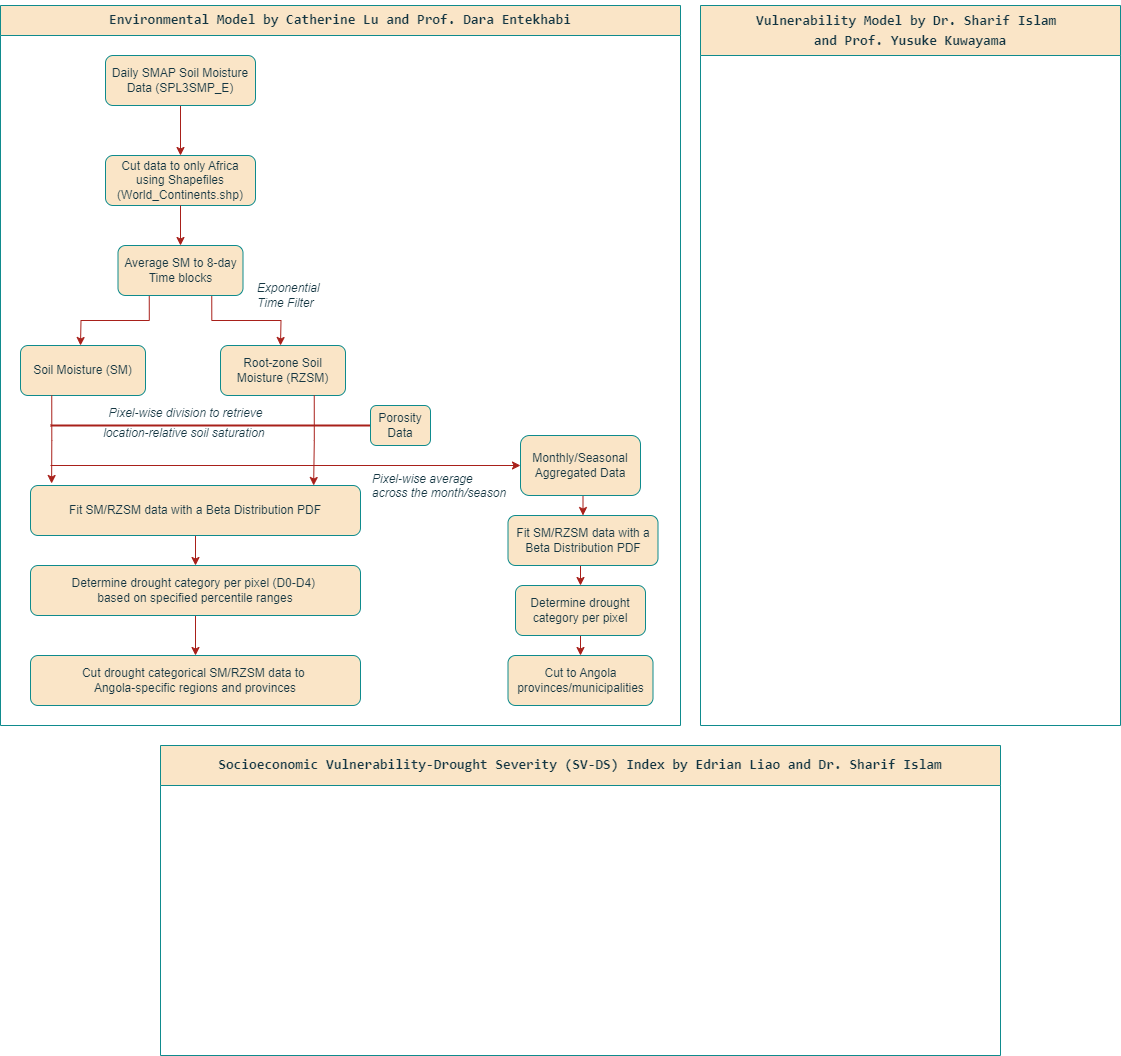
The draw.io diagram figures/SMAP_data_processing.png in edrian-liao/angola-drought, before a commit. Source tidied: cells renumbered, new cells last; positions are measured from the earlier drawing's top-left corner, leaving out a move shared by most shapes.
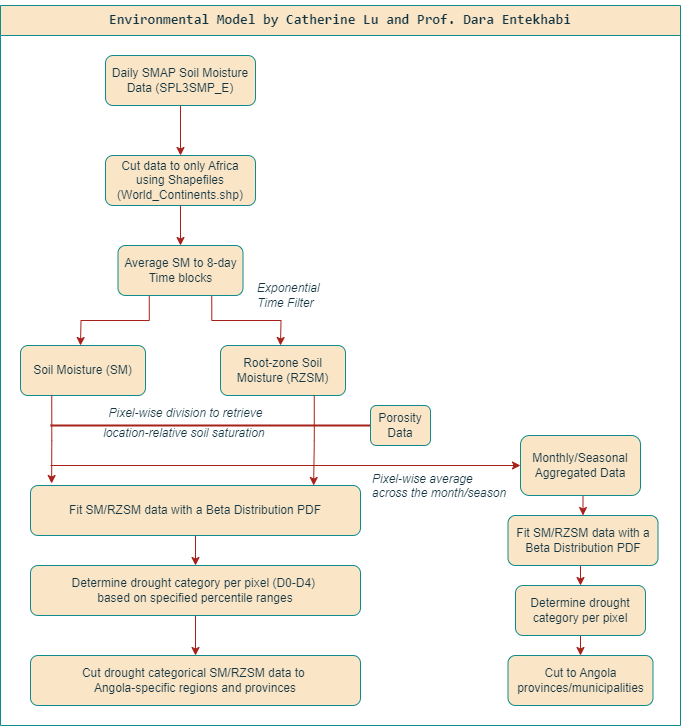
After the change.

Diff of the diagram source:
```diff
@@ -97,12 +97,6 @@
     <mxCell id="30" value="Cut to Angola provinces/municipalities" style="rounded=1;whiteSpace=wrap;html=1;labelBackgroundColor=none;fillColor=#FAE5C7;strokeColor=#0F8B8D;fontColor=#143642;" parent="15" vertex="1">
       <mxGeometry x="507.5" y="650" width="145" height="50" as="geometry" />
     </mxCell>
-    <mxCell id="31" value="&lt;p style=&quot;line-height: 100%;&quot;&gt;&lt;/p&gt;&lt;pre style=&quot;line-height: 40%; font-size: 14px;&quot;&gt;&lt;font style=&quot;font-size: 14px;&quot;&gt;Vulnerability Model by Dr. Sharif Islam &lt;/font&gt;&lt;/pre&gt;&lt;pre style=&quot;line-height: 40%; font-size: 14px;&quot;&gt;&lt;font style=&quot;font-size: 14px;&quot;&gt;and Prof. Yusuke Kuwayama&lt;/font&gt;&lt;/pre&gt;&lt;p&gt;&lt;/p&gt;" style="swimlane;whiteSpace=wrap;html=1;strokeColor=#0F8B8D;fontColor=#143642;fillColor=#FAE5C7;startSize=50;labelBackgroundColor=none;" parent="1" vertex="1">
-      <mxGeometry x="700" width="420" height="720" as="geometry" />
-    </mxCell>
-    <mxCell id="32" value="&lt;pre&gt;&lt;font style=&quot;font-size: 14px;&quot;&gt;Socioeconomic Vulnerability-Drought Severity (SV-DS) Index by Edrian Liao and Dr. Sharif Islam&lt;/font&gt;&lt;/pre&gt;" style="swimlane;whiteSpace=wrap;html=1;strokeColor=#0F8B8D;fontColor=#143642;fillColor=#FAE5C7;labelBackgroundColor=none;startSize=40;" parent="1" vertex="1">
-      <mxGeometry x="160" y="740" width="840" height="310" as="geometry" />
-    </mxCell>
     <mxCell id="33" style="edgeStyle=orthogonalEdgeStyle;rounded=0;jettySize=auto;html=1;exitX=0.25;exitY=1;exitDx=0;exitDy=0;entryX=0.064;entryY=-0.04;entryDx=0;entryDy=0;entryPerimeter=0;strokeColor=#A8201A;fontColor=#143642;fillColor=#FAE5C7;" parent="1" edge="1" source="11" target="25">
       <mxGeometry relative="1" as="geometry" />
     </mxCell>
```
